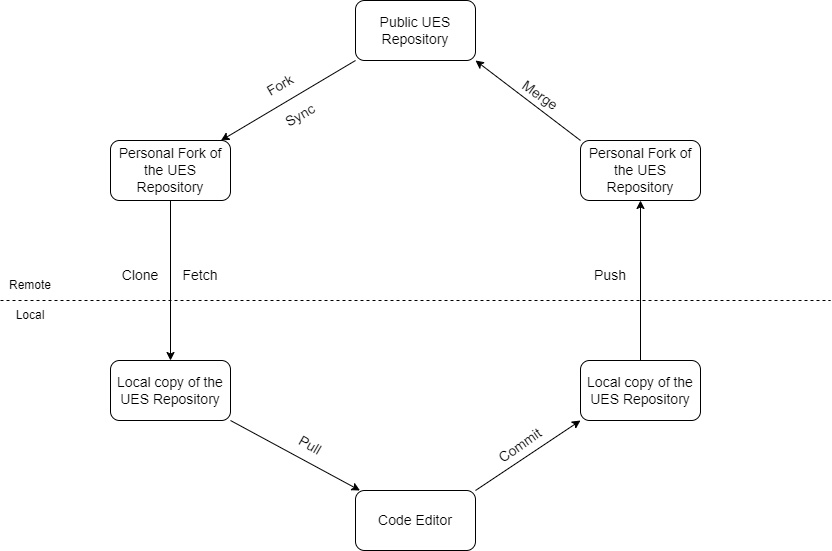
Above: git-operations.drawio.png in Mashyuf/UES-website-tutorial (draw.io), before the change. Source tidied: cells renumbered, new cells last; positions are measured from the earlier drawing's top-left corner, leaving out a move shared by most shapes.
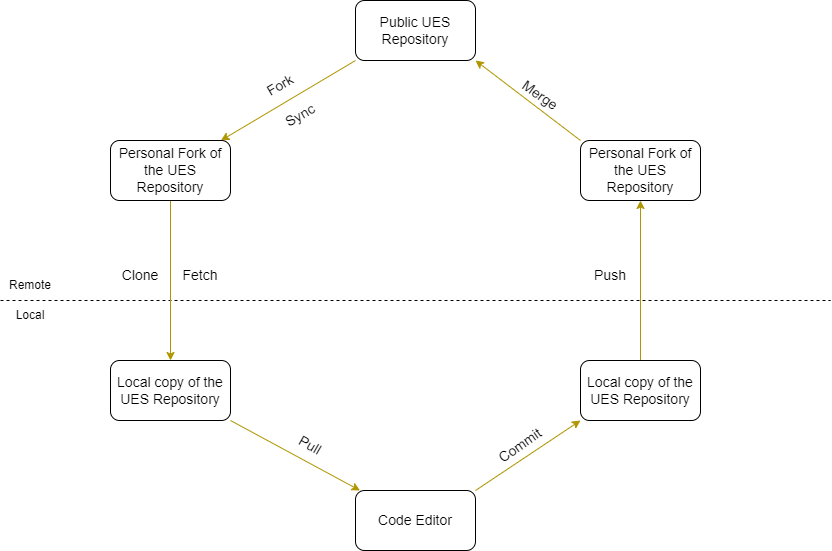
Above is the later version.

Change to the diagram source:
```diff
@@ -14,13 +14,13 @@
     <mxCell id="4" value="Local" style="text;html=1;strokeColor=none;fillColor=none;align=center;verticalAlign=middle;whiteSpace=wrap;rounded=0;" parent="1" vertex="1">
       <mxGeometry y="300" width="60" height="30" as="geometry" />
     </mxCell>
-    <mxCell id="5" style="edgeStyle=none;html=1;exitX=0;exitY=1;exitDx=0;exitDy=0;fontSize=14;" parent="1" edge="1" source="6" target="8">
+    <mxCell id="5" style="edgeStyle=none;html=1;exitX=0;exitY=1;exitDx=0;exitDy=0;fontSize=14;fillColor=#e3c800;strokeColor=#B09500;" parent="1" edge="1" source="6" target="8">
       <mxGeometry relative="1" as="geometry" />
     </mxCell>
     <mxCell id="6" value="&lt;font style=&quot;font-size: 14px;&quot;&gt;Public UES Repository&lt;/font&gt;" style="rounded=1;whiteSpace=wrap;html=1;" parent="1" vertex="1">
       <mxGeometry x="355" width="120" height="60" as="geometry" />
     </mxCell>
-    <mxCell id="7" style="edgeStyle=none;html=1;exitX=0.5;exitY=1;exitDx=0;exitDy=0;fontSize=14;" parent="1" edge="1" source="8">
+    <mxCell id="7" style="edgeStyle=none;html=1;exitX=0.5;exitY=1;exitDx=0;exitDy=0;fontSize=14;fillColor=#e3c800;strokeColor=#B09500;" parent="1" edge="1" source="8">
       <mxGeometry relative="1" as="geometry">
         <mxPoint x="170" y="360" as="targetPoint" />
       </mxGeometry>
@@ -31,7 +31,7 @@
     <mxCell id="9" value="Fork" style="text;html=1;strokeColor=none;fillColor=none;align=center;verticalAlign=middle;whiteSpace=wrap;rounded=0;fontSize=14;rotation=-30;" parent="1" vertex="1">
       <mxGeometry x="250" y="70" width="60" height="30" as="geometry" />
     </mxCell>
-    <mxCell id="10" style="edgeStyle=none;html=1;exitX=1;exitY=1;exitDx=0;exitDy=0;fontSize=14;" parent="1" edge="1" source="11" target="16">
+    <mxCell id="10" style="edgeStyle=none;html=1;exitX=1;exitY=1;exitDx=0;exitDy=0;fontSize=14;fillColor=#e3c800;strokeColor=#B09500;" parent="1" edge="1" source="11" target="16">
       <mxGeometry relative="1" as="geometry" />
     </mxCell>
     <mxCell id="11" value="Local copy of the UES Repository" style="rounded=1;whiteSpace=wrap;html=1;fontSize=14;" parent="1" vertex="1">
@@ -46,7 +46,7 @@
     <mxCell id="14" value="Sync" style="text;html=1;strokeColor=none;fillColor=none;align=center;verticalAlign=middle;whiteSpace=wrap;rounded=0;fontSize=14;rotation=-30;" parent="1" vertex="1">
       <mxGeometry x="270" y="100" width="60" height="30" as="geometry" />
     </mxCell>
-    <mxCell id="15" style="edgeStyle=none;html=1;exitX=1;exitY=0;exitDx=0;exitDy=0;entryX=0;entryY=1;entryDx=0;entryDy=0;fontSize=14;" parent="1" edge="1" source="16" target="19">
+    <mxCell id="15" style="edgeStyle=none;html=1;exitX=1;exitY=0;exitDx=0;exitDy=0;entryX=0;entryY=1;entryDx=0;entryDy=0;fontSize=14;fillColor=#e3c800;strokeColor=#B09500;" parent="1" edge="1" source="16" target="19">
       <mxGeometry relative="1" as="geometry" />
     </mxCell>
     <mxCell id="16" value="Code Editor" style="rounded=1;whiteSpace=wrap;html=1;fontSize=14;" parent="1" vertex="1">
@@ -55,7 +55,7 @@
     <mxCell id="17" value="Pull" style="text;html=1;strokeColor=none;fillColor=none;align=center;verticalAlign=middle;whiteSpace=wrap;rounded=0;fontSize=14;rotation=30;" parent="1" vertex="1">
       <mxGeometry x="280" y="430" width="60" height="30" as="geometry" />
     </mxCell>
-    <mxCell id="18" style="edgeStyle=none;html=1;exitX=0.5;exitY=0;exitDx=0;exitDy=0;entryX=0.5;entryY=1;entryDx=0;entryDy=0;fontSize=14;" parent="1" edge="1" source="19" target="22">
+    <mxCell id="18" style="edgeStyle=none;html=1;exitX=0.5;exitY=0;exitDx=0;exitDy=0;entryX=0.5;entryY=1;entryDx=0;entryDy=0;fontSize=14;fillColor=#e3c800;strokeColor=#B09500;" parent="1" edge="1" source="19" target="22">
       <mxGeometry relative="1" as="geometry" />
     </mxCell>
     <mxCell id="19" value="Local copy of the UES Repository" style="rounded=1;whiteSpace=wrap;html=1;fontSize=14;" parent="1" vertex="1">
@@ -64,7 +64,7 @@
     <mxCell id="20" value="Commit" style="text;html=1;strokeColor=none;fillColor=none;align=center;verticalAlign=middle;whiteSpace=wrap;rounded=0;fontSize=14;rotation=-35;" parent="1" vertex="1">
       <mxGeometry x="490" y="430" width="60" height="30" as="geometry" />
     </mxCell>
-    <mxCell id="21" style="edgeStyle=none;html=1;exitX=0;exitY=0;exitDx=0;exitDy=0;entryX=1;entryY=1;entryDx=0;entryDy=0;fontSize=14;" parent="1" edge="1" source="22" target="6">
+    <mxCell id="21" style="edgeStyle=none;html=1;exitX=0;exitY=0;exitDx=0;exitDy=0;entryX=1;entryY=1;entryDx=0;entryDy=0;fontSize=14;fillColor=#e3c800;strokeColor=#B09500;" parent="1" edge="1" source="22" target="6">
       <mxGeometry relative="1" as="geometry" />
     </mxCell>
     <mxCell id="22" value="Personal Fork of the UES Repository" style="rounded=1;whiteSpace=wrap;html=1;fontSize=14;" parent="1" vertex="1">
```
